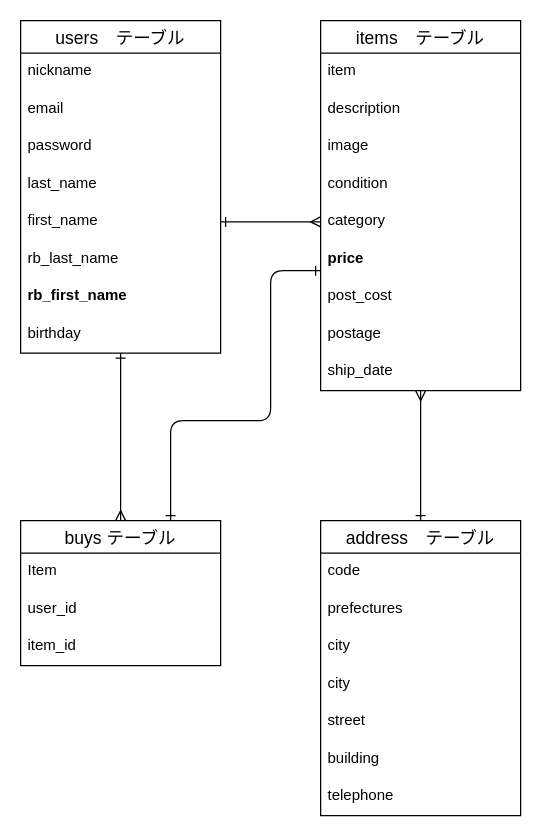
lemon78787878/furima-41002 keeps this draw.io diagram as deta.dio. Above is the earlier version. Source tidied: cells renumbered, new cells numbered last; positions are measured from the earlier drawing's top-left corner, leaving out a move shared by most shapes. Both pictures are drawn from the tidied source at 125%, with x=0, y=0 at pixel (20, 20).
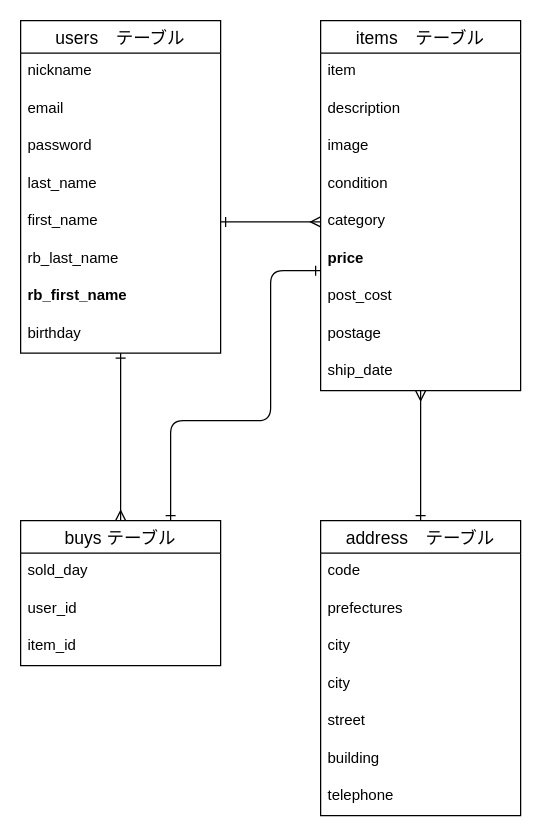
The same page after the edit.

Commit message:
購入日の設定

The change refers to these unchanged cells:
```xml
<mxCell id="24" value="buys テーブル" style="swimlane;fontStyle=0;horizontal=1;startSize=26;align=center;fontSize=14;" parent="1" vertex="1">
  <mxGeometry y="400" width="160" height="116" as="geometry" />
</mxCell>
```

The edit, as a diff of the source:
```diff
@@
-    <mxCell id="25" value="Item" style="text;strokeColor=none;fillColor=none;spacingLeft=4;spacingRight=4;overflow=hidden;fontSize=12;" parent="24" vertex="1">
+    <mxCell id="25" value="sold_day" style="text;strokeColor=none;fillColor=none;spacingLeft=4;spacingRight=4;overflow=hidden;fontSize=12;" parent="24" vertex="1">
       <mxGeometry y="26" width="160" height="30" as="geometry" />
     </mxCell>
```
